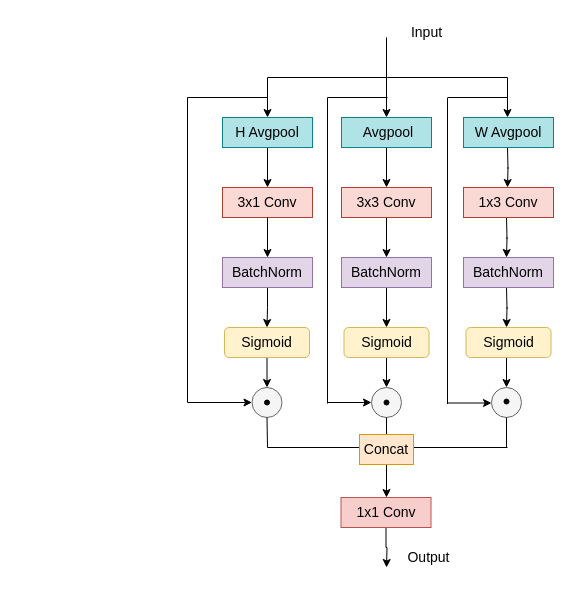
Dshdarkness/Timporal_is_all_U_need keeps this draw.io diagram as 裂缝检测三元坐标注意力模块.drawio. Above is the earlier version. Source tidied: cells renumbered, new cells numbered last; positions are measured from the earlier drawing's top-left corner, leaving out a move shared by most shapes. Both pictures are drawn from the tidied source at 100%, with x=0, y=0 at pixel (17, 17).
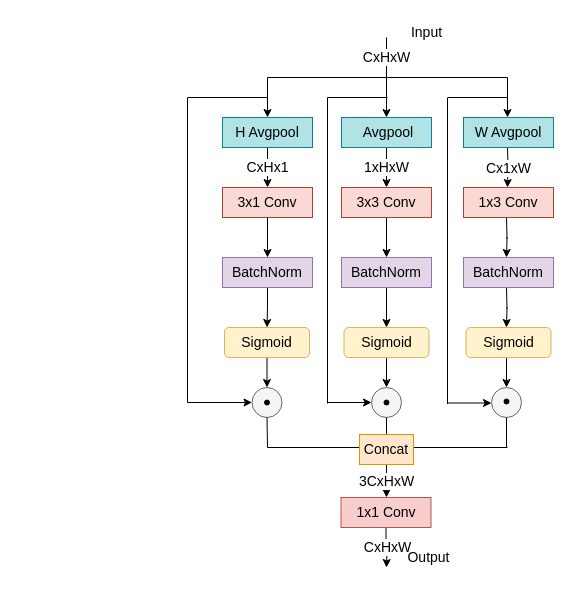
After the change.

Commit message (it also covers changes not shown here):
更新裂缝检测三元坐标注意力模块.drawio

Unchanged cells that the change refers to:
```xml
<mxCell id="6" value="&lt;font style=&quot;font-size: 14px;&quot;&gt;H Avgpool&lt;/font&gt;" style="rounded=0;whiteSpace=wrap;html=1;fillColor=#b0e3e6;strokeColor=#0e8088;" parent="1" vertex="1">
  <mxGeometry x="205" y="100" width="90" height="30" as="geometry" />
</mxCell>
<mxCell id="9" value="&lt;font style=&quot;font-size: 14px;&quot;&gt;&amp;nbsp;Avgpool&lt;/font&gt;" style="rounded=0;whiteSpace=wrap;html=1;fillColor=#b0e3e6;strokeColor=#0e8088;" parent="1" vertex="1">
  <mxGeometry x="324" y="100" width="90" height="30" as="geometry" />
</mxCell>
<mxCell id="16" value="&lt;span style=&quot;font-size: 14px;&quot;&gt;3x3 Conv&lt;/span&gt;" style="rounded=0;whiteSpace=wrap;html=1;fillColor=#fad9d5;strokeColor=#ae4132;" parent="1" vertex="1">
  <mxGeometry x="324" y="170" width="90" height="30" as="geometry" />
</mxCell>
<mxCell id="54" value="Concat" style="rounded=0;whiteSpace=wrap;html=1;strokeColor=#d79b00;fontSize=14;fillColor=#ffe6cc;" parent="1" vertex="1">
  <mxGeometry x="342" y="417" width="54" height="30" as="geometry" />
</mxCell>
<mxCell id="56" value="&lt;span style=&quot;font-size: 14px;&quot;&gt;1x1 Conv&lt;/span&gt;" style="rounded=0;whiteSpace=wrap;html=1;fillColor=#f8cecc;strokeColor=#b85450;" parent="1" vertex="1">
  <mxGeometry x="323.5" y="480" width="90" height="30" as="geometry" />
</mxCell>
```

Change to the diagram source:
```diff
@@
-    <mxCell id="2" style="endArrow=none;html=1;rounded=0;" parent="1" edge="1">
+    <mxCell id="2" value="CxHxW" style="endArrow=none;html=1;rounded=0;fontSize=14;" parent="1" edge="1">
       <mxGeometry relative="1" as="geometry">
         <mxPoint x="369" y="60" as="sourcePoint" />
         <mxPoint x="369" y="20" as="targetPoint" />
       </mxGeometry>
     </mxCell>
@@
-    <mxCell id="5" style="edgeStyle=orthogonalEdgeStyle;rounded=0;jettySize=auto;html=1;exitX=0.5;exitY=1;exitDx=0;exitDy=0;fontSize=14;" parent="1" edge="1" source="6">
+    <mxCell id="5" value="CxHx1" style="edgeStyle=orthogonalEdgeStyle;rounded=0;jettySize=auto;html=1;exitX=0.5;exitY=1;exitDx=0;exitDy=0;fontSize=14;" parent="1" edge="1" source="6">
       <mxGeometry relative="1" as="geometry">
         <mxPoint x="250" y="170" as="targetPoint" />
         <Array as="points">
           <mxPoint x="250" y="170" />
           <mxPoint x="250" y="170" />
         </Array>
       </mxGeometry>
     </mxCell>
@@
-    <mxCell id="8" style="edgeStyle=orthogonalEdgeStyle;rounded=0;jettySize=auto;html=1;exitX=0.5;exitY=1;exitDx=0;exitDy=0;entryX=0.5;entryY=0;entryDx=0;entryDy=0;fontSize=14;" parent="1" edge="1" source="9" target="16">
+    <mxCell id="8" value="1xHxW" style="edgeStyle=orthogonalEdgeStyle;rounded=0;jettySize=auto;html=1;exitX=0.5;exitY=1;exitDx=0;exitDy=0;entryX=0.5;entryY=0;entryDx=0;entryDy=0;fontSize=14;" parent="1" edge="1" source="9" target="16">
       <mxGeometry relative="1" as="geometry" />
     </mxCell>
@@
-    <mxCell id="12" style="edgeStyle=orthogonalEdgeStyle;rounded=0;orthogonalLoop=1;jettySize=auto;html=1;exitX=0.5;exitY=1;exitDx=0;exitDy=0;entryX=0.5;entryY=0;entryDx=0;entryDy=0;fontSize=14;" parent="1" edge="1">
+    <mxCell id="12" value="Cx1xW" style="edgeStyle=orthogonalEdgeStyle;rounded=0;orthogonalLoop=1;jettySize=auto;html=1;exitX=0.5;exitY=1;exitDx=0;exitDy=0;entryX=0.5;entryY=0;entryDx=0;entryDy=0;fontSize=14;" parent="1" edge="1">
       <mxGeometry relative="1" as="geometry">
         <mxPoint x="490" y="130" as="sourcePoint" />
         <mxPoint x="490" y="170" as="targetPoint" />
       </mxGeometry>
     </mxCell>
@@
-    <mxCell id="53" style="edgeStyle=orthogonalEdgeStyle;rounded=0;jettySize=auto;html=1;exitX=0.5;exitY=1;exitDx=0;exitDy=0;fontSize=14;" parent="1" edge="1" source="54">
+    <mxCell id="53" value="3CxHxW" style="edgeStyle=orthogonalEdgeStyle;rounded=0;jettySize=auto;html=1;exitX=0.5;exitY=1;exitDx=0;exitDy=0;fontSize=14;" parent="1" edge="1" source="54">
       <mxGeometry relative="1" as="geometry">
         <mxPoint x="369" y="480" as="targetPoint" />
       </mxGeometry>
     </mxCell>
@@
-    <mxCell id="55" style="edgeStyle=orthogonalEdgeStyle;rounded=0;jettySize=auto;html=1;exitX=0.5;exitY=1;exitDx=0;exitDy=0;fontSize=14;" parent="1" edge="1" source="56">
+    <mxCell id="55" value="CxHxW" style="edgeStyle=orthogonalEdgeStyle;rounded=0;jettySize=auto;html=1;exitX=0.5;exitY=1;exitDx=0;exitDy=0;fontSize=14;" parent="1" edge="1" source="56">
       <mxGeometry relative="1" as="geometry">
         <mxPoint x="369" y="550" as="targetPoint" />
       </mxGeometry>
     </mxCell>
```
